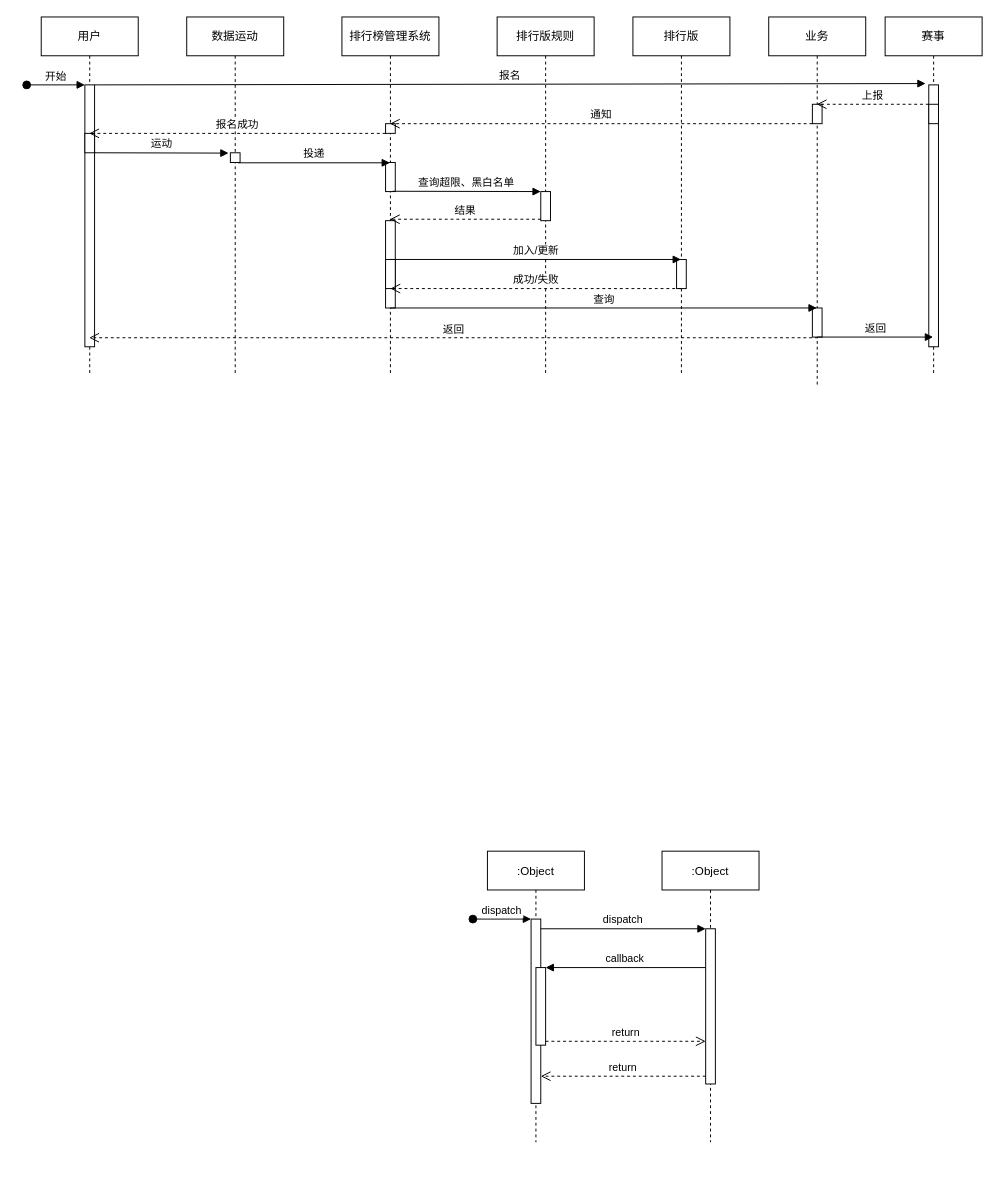
This is Untitled Diagram.drawio from lzjpython/draw, a draw.io file, before an edit. Source tidied: cells renumbered, new cells numbered last; positions are measured from the earlier drawing's top-left corner, leaving out a move shared by most shapes. Both pictures are drawn from the tidied source at 97%, with x=0, y=0 at pixel (26, 16).
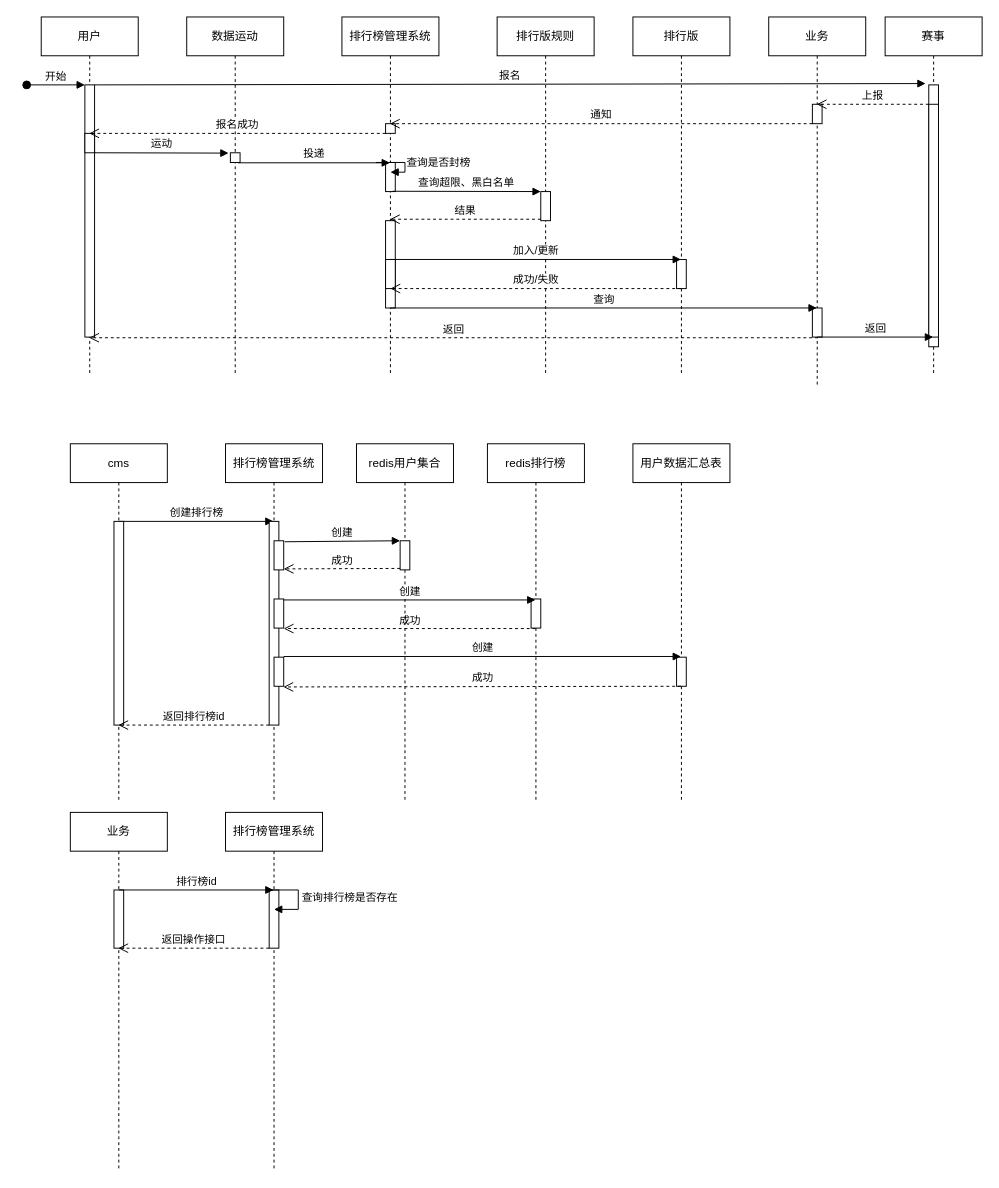
After the change.

Unchanged cells that the change refers to:
```xml
<mxCell id="12" value="用户" style="shape=umlLifeline;perimeter=lifelinePerimeter;whiteSpace=wrap;html=1;outlineConnect=0;" parent="1" vertex="1">
  <mxGeometry x="15" width="100" height="370" as="geometry" />
</mxCell>
<mxCell id="18" value="排行榜管理系统" style="shape=umlLifeline;perimeter=lifelinePerimeter;whiteSpace=wrap;html=1;outlineConnect=0;" parent="1" vertex="1">
  <mxGeometry x="325" width="100" height="370" as="geometry" />
</mxCell>
<mxCell id="33" value="赛事" style="shape=umlLifeline;perimeter=lifelinePerimeter;whiteSpace=wrap;html=1;outlineConnect=0;" parent="1" vertex="1">
  <mxGeometry x="885" width="100" height="370" as="geometry" />
</mxCell>
```

What changed in the source:
```diff
@@
-    <mxCell id="2" value=":Object" style="shape=umlLifeline;perimeter=lifelinePerimeter;rounded=0;shadow=0;strokeWidth=1;" parent="1" vertex="1">
-      <mxGeometry x="475" y="860" width="100" height="300" as="geometry" />
-    </mxCell>
-    <mxCell id="3" style="points=[];perimeter=orthogonalPerimeter;rounded=0;shadow=0;strokeWidth=1;" parent="2" vertex="1">
-      <mxGeometry x="45" y="70" width="10" height="190" as="geometry" />
-    </mxCell>
-    <mxCell id="4" value="dispatch" style="verticalAlign=bottom;startArrow=oval;endArrow=block;startSize=8;shadow=0;strokeWidth=1;" parent="2" edge="1" target="3">
-      <mxGeometry relative="1" as="geometry">
-        <mxPoint x="-15" y="70" as="sourcePoint" />
-      </mxGeometry>
-    </mxCell>
-    <mxCell id="5" style="points=[];perimeter=orthogonalPerimeter;rounded=0;shadow=0;strokeWidth=1;" parent="2" vertex="1">
-      <mxGeometry x="50" y="120" width="10" height="80" as="geometry" />
-    </mxCell>
-    <mxCell id="6" value=":Object" style="shape=umlLifeline;perimeter=lifelinePerimeter;rounded=0;shadow=0;strokeWidth=1;" parent="1" vertex="1">
-      <mxGeometry x="655" y="860" width="100" height="300" as="geometry" />
-    </mxCell>
-    <mxCell id="7" style="points=[];perimeter=orthogonalPerimeter;rounded=0;shadow=0;strokeWidth=1;" parent="6" vertex="1">
-      <mxGeometry x="45" y="80" width="10" height="160" as="geometry" />
-    </mxCell>
-    <mxCell id="8" value="return" style="verticalAlign=bottom;endArrow=open;dashed=1;endSize=8;exitX=0;exitY=0.95;shadow=0;strokeWidth=1;" parent="1" edge="1" source="7" target="3">
-      <mxGeometry relative="1" as="geometry" />
-    </mxCell>
-    <mxCell id="9" value="dispatch" style="verticalAlign=bottom;endArrow=block;entryX=0;entryY=0;shadow=0;strokeWidth=1;" parent="1" edge="1" source="3" target="7">
-      <mxGeometry relative="1" as="geometry" />
-    </mxCell>
-    <mxCell id="10" value="callback" style="verticalAlign=bottom;endArrow=block;entryX=1;entryY=0;shadow=0;strokeWidth=1;" parent="1" edge="1" source="7" target="5">
-      <mxGeometry relative="1" as="geometry" />
-    </mxCell>
-    <mxCell id="11" value="return" style="verticalAlign=bottom;endArrow=open;dashed=1;endSize=8;exitX=1;exitY=0.95;shadow=0;strokeWidth=1;" parent="1" edge="1" source="5" target="7">
-      <mxGeometry relative="1" as="geometry" />
-    </mxCell>
@@
     <mxCell id="13" style="html=1;points=[];perimeter=orthogonalPerimeter;" parent="12" vertex="1">
-      <mxGeometry x="45" y="70" width="10" height="270" as="geometry" />
+      <mxGeometry x="45" y="70" width="10" height="260" as="geometry" />
     </mxCell>
@@
+    <mxCell id="46" value="查询是否封榜" style="edgeStyle=orthogonalEdgeStyle;html=1;align=left;spacingLeft=2;endArrow=block;rounded=0;" parent="18" edge="1">
+      <mxGeometry relative="1" as="geometry">
+        <mxPoint x="35" y="150" as="sourcePoint" />
+        <mxPoint x="50" y="160" as="targetPoint" />
+        <Array as="points">
+          <mxPoint x="65" y="150" />
+          <mxPoint x="65" y="160" />
+        </Array>
+      </mxGeometry>
+    </mxCell>
@@
     <mxCell id="35" style="html=1;perimeter=orthogonalPerimeter;" parent="33" vertex="1">
-      <mxGeometry x="45" y="90" width="10" height="20" as="geometry" />
+      <mxGeometry x="45" y="90" width="10" height="240" as="geometry" />
     </mxCell>
@@
+    <mxCell id="47" value="cms" style="shape=umlLifeline;perimeter=lifelinePerimeter;whiteSpace=wrap;html=1;outlineConnect=0;" parent="1" vertex="1">
+      <mxGeometry x="45" y="440" width="100" height="370" as="geometry" />
+    </mxCell>
+    <mxCell id="48" value="创建排行榜" style="html=1;verticalAlign=bottom;endArrow=block;rounded=0;" parent="47" edge="1" target="50">
+      <mxGeometry relative="1" as="geometry">
+        <mxPoint x="50" y="80" as="sourcePoint" />
+      </mxGeometry>
+    </mxCell>
+    <mxCell id="49" style="html=1;perimeter=orthogonalPerimeter;" parent="47" vertex="1">
+      <mxGeometry x="45" y="80" width="10" height="210" as="geometry" />
+    </mxCell>
+    <mxCell id="50" value="排行榜管理系统" style="shape=umlLifeline;perimeter=lifelinePerimeter;whiteSpace=wrap;html=1;outlineConnect=0;" parent="1" vertex="1">
+      <mxGeometry x="205" y="440" width="100" height="370" as="geometry" />
+    </mxCell>
+    <mxCell id="51" style="html=1;perimeter=orthogonalPerimeter;" parent="50" vertex="1">
+      <mxGeometry x="45" y="80" width="10" height="210" as="geometry" />
+    </mxCell>
+    <mxCell id="52" style="html=1;points=[];perimeter=orthogonalPerimeter;" parent="50" vertex="1">
+      <mxGeometry x="50" y="100" width="10" height="30" as="geometry" />
+    </mxCell>
+    <mxCell id="53" style="html=1;perimeter=orthogonalPerimeter;" parent="50" vertex="1">
+      <mxGeometry x="50" y="160" width="10" height="30" as="geometry" />
+    </mxCell>
+    <mxCell id="54" value="成功" style="html=1;verticalAlign=bottom;endArrow=open;dashed=1;endSize=8;rounded=0;" parent="50" edge="1" source="59">
+      <mxGeometry relative="1" as="geometry">
+        <mxPoint x="60" y="190.5" as="targetPoint" />
+      </mxGeometry>
+    </mxCell>
+    <mxCell id="55" style="html=1;points=[];perimeter=orthogonalPerimeter;" parent="50" vertex="1">
+      <mxGeometry x="50" y="220" width="10" height="30" as="geometry" />
+    </mxCell>
+    <mxCell id="56" value="返回排行榜id" style="html=1;verticalAlign=bottom;endArrow=open;dashed=1;endSize=8;rounded=0;" parent="50" edge="1" target="47">
+      <mxGeometry relative="1" as="geometry">
+        <mxPoint x="45" y="290" as="sourcePoint" />
+      </mxGeometry>
+    </mxCell>
+    <mxCell id="57" value="用户数据汇总表" style="shape=umlLifeline;perimeter=lifelinePerimeter;whiteSpace=wrap;html=1;outlineConnect=0;" parent="1" vertex="1">
+      <mxGeometry x="625" y="440" width="100" height="370" as="geometry" />
+    </mxCell>
+    <mxCell id="58" style="html=1;perimeter=orthogonalPerimeter;" parent="57" vertex="1">
+      <mxGeometry x="45" y="220" width="10" height="30" as="geometry" />
+    </mxCell>
+    <mxCell id="59" value="redis排行榜" style="shape=umlLifeline;perimeter=lifelinePerimeter;whiteSpace=wrap;html=1;outlineConnect=0;" parent="1" vertex="1">
+      <mxGeometry x="475" y="440" width="100" height="370" as="geometry" />
+    </mxCell>
+    <mxCell id="60" style="html=1;perimeter=orthogonalPerimeter;" parent="59" vertex="1">
+      <mxGeometry x="45" y="160" width="10" height="30" as="geometry" />
+    </mxCell>
+    <mxCell id="61" value="redis用户集合" style="shape=umlLifeline;perimeter=lifelinePerimeter;whiteSpace=wrap;html=1;" parent="1" vertex="1">
+      <mxGeometry x="340" y="440" width="100" height="370" as="geometry" />
+    </mxCell>
+    <mxCell id="62" style="html=1;points=[];perimeter=orthogonalPerimeter;" parent="61" vertex="1">
+      <mxGeometry x="45" y="100" width="10" height="30" as="geometry" />
+    </mxCell>
+    <mxCell id="63" value="创建" style="html=1;verticalAlign=bottom;endArrow=block;rounded=0;exitX=1.107;exitY=0.034;exitDx=0;exitDy=0;exitPerimeter=0;" parent="61" edge="1" target="57">
+      <mxGeometry relative="1" as="geometry">
+        <mxPoint x="-75" y="219.3" as="sourcePoint" />
+      </mxGeometry>
+    </mxCell>
+    <mxCell id="64" value="成功" style="html=1;verticalAlign=bottom;endArrow=open;dashed=1;endSize=8;exitX=0;exitY=0.95;rounded=0;" parent="1" edge="1" source="62">
+      <mxGeometry relative="1" as="geometry">
+        <mxPoint x="265" y="569" as="targetPoint" />
+      </mxGeometry>
+    </mxCell>
+    <mxCell id="65" value="创建" style="html=1;verticalAlign=bottom;endArrow=block;entryX=0;entryY=0;rounded=0;exitX=1.107;exitY=0.034;exitDx=0;exitDy=0;exitPerimeter=0;" parent="1" edge="1" source="52" target="62">
+      <mxGeometry relative="1" as="geometry" />
+    </mxCell>
+    <mxCell id="66" value="创建" style="html=1;verticalAlign=bottom;endArrow=block;rounded=0;exitX=1.107;exitY=0.034;exitDx=0;exitDy=0;exitPerimeter=0;" parent="1" edge="1" target="59">
+      <mxGeometry relative="1" as="geometry">
+        <mxPoint x="265" y="601" as="sourcePoint" />
+      </mxGeometry>
+    </mxCell>
+    <mxCell id="67" value="成功" style="html=1;verticalAlign=bottom;endArrow=open;dashed=1;endSize=8;rounded=0;entryX=0.969;entryY=1.023;entryDx=0;entryDy=0;entryPerimeter=0;" parent="1" edge="1" target="55">
+      <mxGeometry relative="1" as="geometry">
+        <mxPoint x="674.5" y="690" as="sourcePoint" />
+      </mxGeometry>
+    </mxCell>
+    <mxCell id="68" value="业务" style="shape=umlLifeline;perimeter=lifelinePerimeter;whiteSpace=wrap;html=1;outlineConnect=0;" parent="1" vertex="1">
+      <mxGeometry x="45" y="820" width="100" height="370" as="geometry" />
+    </mxCell>
+    <mxCell id="69" style="html=1;perimeter=orthogonalPerimeter;" parent="68" vertex="1">
+      <mxGeometry x="45" y="80" width="10" height="60" as="geometry" />
+    </mxCell>
+    <mxCell id="70" value="排行榜管理系统" style="shape=umlLifeline;perimeter=lifelinePerimeter;whiteSpace=wrap;html=1;outlineConnect=0;" parent="1" vertex="1">
+      <mxGeometry x="205" y="820" width="100" height="370" as="geometry" />
+    </mxCell>
+    <mxCell id="71" style="html=1;perimeter=orthogonalPerimeter;" parent="70" vertex="1">
+      <mxGeometry x="45" y="80" width="10" height="60" as="geometry" />
+    </mxCell>
+    <mxCell id="72" value="查询排行榜是否存在" style="edgeStyle=orthogonalEdgeStyle;html=1;align=left;spacingLeft=2;endArrow=block;rounded=0;entryX=1;entryY=0;elbow=vertical;" parent="70" edge="1">
+      <mxGeometry relative="1" as="geometry">
+        <mxPoint x="45" y="80" as="sourcePoint" />
+        <mxPoint x="50" y="100" as="targetPoint" />
+        <Array as="points">
+          <mxPoint x="75" y="80" />
+        </Array>
+      </mxGeometry>
+    </mxCell>
+    <mxCell id="73" value="返回操作接口" style="html=1;verticalAlign=bottom;endArrow=open;dashed=1;endSize=8;rounded=0;elbow=vertical;" parent="70" edge="1" target="68">
+      <mxGeometry relative="1" as="geometry">
+        <mxPoint x="45" y="140" as="sourcePoint" />
+      </mxGeometry>
+    </mxCell>
+    <mxCell id="74" value="排行榜id" style="html=1;verticalAlign=bottom;endArrow=block;rounded=0;" parent="1" edge="1" target="70">
+      <mxGeometry relative="1" as="geometry">
+        <mxPoint x="95" y="900" as="sourcePoint" />
+      </mxGeometry>
+    </mxCell>
```
